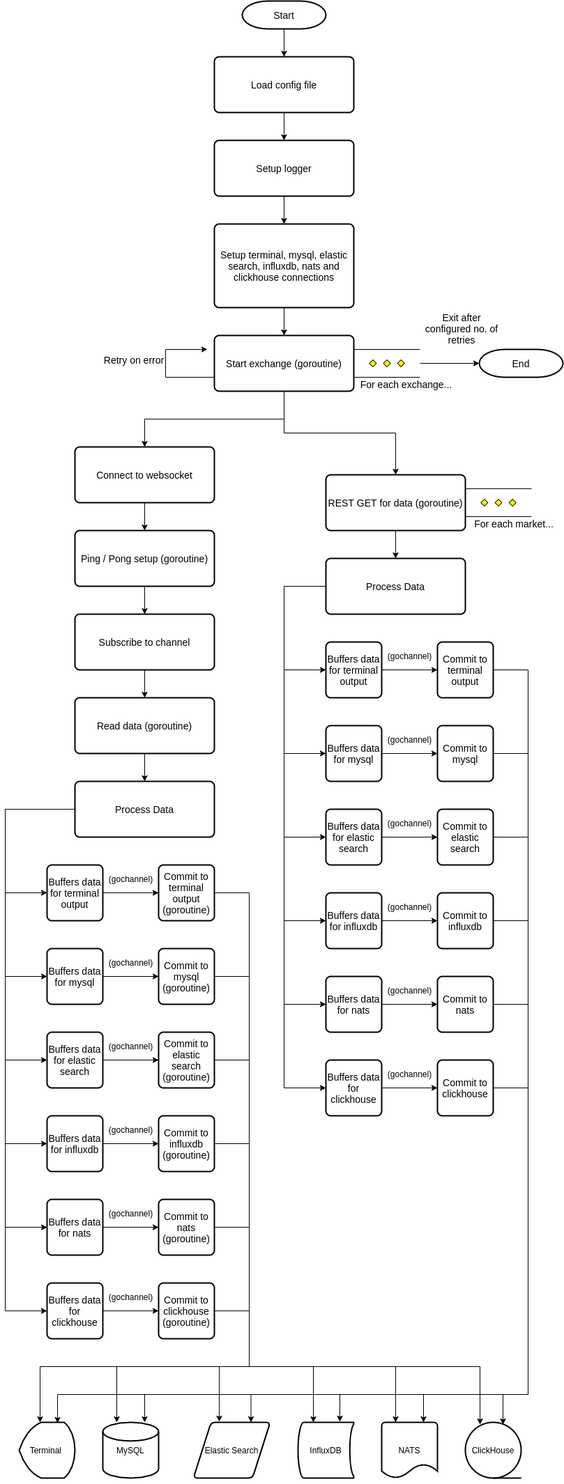
This is docs/architecture.png from ismakov-dh/cryptogalaxy, a draw.io export, as it was before one commit. Source tidied: cells renumbered, new cells last; positions are measured from the earlier drawing's top-left corner, leaving out a move shared by most shapes.
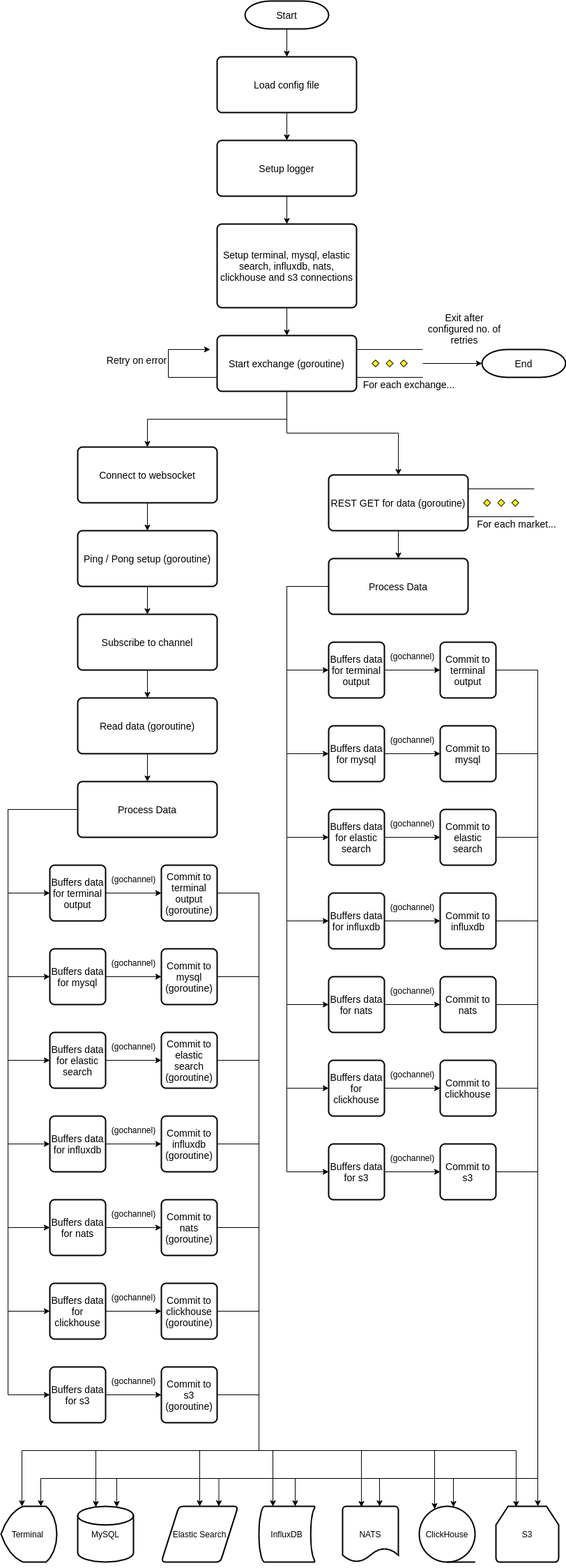
After the change.

What changed in the source:
```diff
@@ -31,3 +31,3 @@
     </mxCell>
-    <mxCell id="10" value="&lt;font style=&quot;font-size: 14px&quot;&gt;Setup terminal, mysql, elastic search, influxdb, nats and clickhouse connections&lt;/font&gt;" style="rounded=1;whiteSpace=wrap;html=1;absoluteArcSize=1;arcSize=14;strokeWidth=2;" parent="1" vertex="1">
+    <mxCell id="10" value="&lt;font style=&quot;font-size: 14px&quot;&gt;Setup terminal, mysql, elastic search, influxdb, nats, clickhouse and s3 connections&lt;/font&gt;" style="rounded=1;whiteSpace=wrap;html=1;absoluteArcSize=1;arcSize=14;strokeWidth=2;" parent="1" vertex="1">
       <mxGeometry x="300" y="320" width="200" height="120" as="geometry" />
@@ -130,2 +130,10 @@
     </mxCell>
+    <mxCell id="114" style="edgeStyle=orthogonalEdgeStyle;rounded=0;jettySize=auto;html=1;entryX=0;entryY=0.5;entryDx=0;entryDy=0;" parent="1" edge="1" source="31" target="118">
+      <mxGeometry relative="1" as="geometry">
+        <Array as="points">
+          <mxPoint y="1160" />
+          <mxPoint y="2000" />
+        </Array>
+      </mxGeometry>
+    </mxCell>
     <mxCell id="31" value="&lt;font style=&quot;font-size: 14px&quot;&gt;Process Data&lt;/font&gt;" style="rounded=1;whiteSpace=wrap;html=1;absoluteArcSize=1;arcSize=14;strokeWidth=2;" parent="1" vertex="1">
@@ -205,2 +213,10 @@
     </mxCell>
+    <mxCell id="115" style="edgeStyle=orthogonalEdgeStyle;rounded=0;jettySize=auto;html=1;entryX=0;entryY=0.5;entryDx=0;entryDy=0;" parent="1" edge="1" source="46" target="123">
+      <mxGeometry relative="1" as="geometry">
+        <Array as="points">
+          <mxPoint x="400" y="840" />
+          <mxPoint x="400" y="1680" />
+        </Array>
+      </mxGeometry>
+    </mxCell>
     <mxCell id="46" value="&lt;font style=&quot;font-size: 14px&quot;&gt;Process Data&lt;/font&gt;" style="rounded=1;whiteSpace=wrap;html=1;absoluteArcSize=1;arcSize=14;strokeWidth=2;" parent="1" vertex="1">
@@ -244,8 +260,8 @@
     </mxCell>
-    <mxCell id="59" style="edgeStyle=orthogonalEdgeStyle;rounded=0;jettySize=auto;html=1;exitX=1;exitY=0.5;exitDx=0;exitDy=0;entryX=0.375;entryY=0;entryDx=0;entryDy=0;entryPerimeter=0;" parent="1" edge="1" source="60" target="71">
+    <mxCell id="59" style="edgeStyle=orthogonalEdgeStyle;rounded=0;jettySize=auto;html=1;entryX=0.375;entryY=0;entryDx=0;entryDy=0;entryPerimeter=0;" parent="1" edge="1" source="60" target="71">
       <mxGeometry relative="1" as="geometry">
         <Array as="points">
-          <mxPoint x="350" y="1280" />
-          <mxPoint x="350" y="1960" />
-          <mxPoint x="50" y="1960" />
+          <mxPoint x="360" y="1280" />
+          <mxPoint x="360" y="2080" />
+          <mxPoint x="20" y="2080" />
         </Array>
@@ -256,8 +272,8 @@
     </mxCell>
-    <mxCell id="61" style="edgeStyle=orthogonalEdgeStyle;rounded=0;jettySize=auto;html=1;entryX=0.25;entryY=0;entryDx=0;entryDy=0;entryPerimeter=0;" parent="1" edge="1" source="62" target="72">
+    <mxCell id="61" style="edgeStyle=orthogonalEdgeStyle;rounded=0;jettySize=auto;html=1;entryX=0.325;entryY=0.013;entryDx=0;entryDy=0;entryPerimeter=0;" parent="1" edge="1" source="62" target="72">
       <mxGeometry relative="1" as="geometry">
         <Array as="points">
-          <mxPoint x="350" y="1400" />
-          <mxPoint x="350" y="1960" />
-          <mxPoint x="160" y="1960" />
+          <mxPoint x="360" y="1400" />
+          <mxPoint x="360" y="2080" />
+          <mxPoint x="126" y="2080" />
         </Array>
@@ -268,8 +284,8 @@
     </mxCell>
-    <mxCell id="63" style="edgeStyle=orthogonalEdgeStyle;rounded=0;jettySize=auto;html=1;entryX=0.336;entryY=-0.012;entryDx=0;entryDy=0;entryPerimeter=0;" parent="1" edge="1" source="64" target="73">
+    <mxCell id="63" style="edgeStyle=orthogonalEdgeStyle;rounded=0;jettySize=auto;html=1;entryX=0.5;entryY=0;entryDx=0;entryDy=0;" parent="1" edge="1" source="64" target="73">
       <mxGeometry relative="1" as="geometry">
         <Array as="points">
-          <mxPoint x="350" y="1520" />
-          <mxPoint x="350" y="1960" />
-          <mxPoint x="307" y="1960" />
+          <mxPoint x="360" y="1520" />
+          <mxPoint x="360" y="2080" />
+          <mxPoint x="275" y="2080" />
         </Array>
@@ -280,8 +296,8 @@
     </mxCell>
-    <mxCell id="65" style="edgeStyle=orthogonalEdgeStyle;rounded=0;jettySize=auto;html=1;entryX=0.688;entryY=0.013;entryDx=0;entryDy=0;entryPerimeter=0;" parent="1" edge="1" source="66" target="71">
+    <mxCell id="65" style="edgeStyle=orthogonalEdgeStyle;rounded=0;jettySize=auto;html=1;entryX=0.713;entryY=0;entryDx=0;entryDy=0;entryPerimeter=0;" parent="1" edge="1" source="66" target="71">
       <mxGeometry relative="1" as="geometry">
         <Array as="points">
-          <mxPoint x="750" y="960" />
-          <mxPoint x="750" y="2000" />
-          <mxPoint x="75" y="2000" />
+          <mxPoint x="760" y="960" />
+          <mxPoint x="760" y="2120" />
+          <mxPoint x="47" y="2120" />
         </Array>
@@ -292,8 +308,8 @@
     </mxCell>
-    <mxCell id="67" style="edgeStyle=orthogonalEdgeStyle;rounded=0;jettySize=auto;html=1;exitX=1;exitY=0.5;exitDx=0;exitDy=0;entryX=0.75;entryY=0;entryDx=0;entryDy=0;entryPerimeter=0;" parent="1" edge="1" source="68" target="72">
+    <mxCell id="67" style="edgeStyle=orthogonalEdgeStyle;rounded=0;jettySize=auto;html=1;entryX=0.7;entryY=0.013;entryDx=0;entryDy=0;entryPerimeter=0;" parent="1" edge="1" source="68" target="72">
       <mxGeometry relative="1" as="geometry">
         <Array as="points">
-          <mxPoint x="750" y="1080" />
-          <mxPoint x="750" y="2000" />
-          <mxPoint x="200" y="2000" />
+          <mxPoint x="760" y="1080" />
+          <mxPoint x="760" y="2120" />
+          <mxPoint x="156" y="2120" />
         </Array>
@@ -304,8 +320,8 @@
     </mxCell>
-    <mxCell id="69" style="edgeStyle=orthogonalEdgeStyle;rounded=0;jettySize=auto;html=1;exitX=1;exitY=0.5;exitDx=0;exitDy=0;entryX=0.75;entryY=0;entryDx=0;entryDy=0;" parent="1" edge="1" source="70" target="73">
+    <mxCell id="69" style="edgeStyle=orthogonalEdgeStyle;rounded=0;jettySize=auto;html=1;entryX=0.75;entryY=0;entryDx=0;entryDy=0;" parent="1" edge="1" source="70" target="73">
       <mxGeometry relative="1" as="geometry">
         <Array as="points">
-          <mxPoint x="750" y="1200" />
-          <mxPoint x="750" y="2000" />
-          <mxPoint x="353" y="2000" />
+          <mxPoint x="760" y="1200" />
+          <mxPoint x="760" y="2120" />
+          <mxPoint x="303" y="2120" />
         </Array>
@@ -317,9 +333,9 @@
     <mxCell id="71" value="Terminal&amp;nbsp;" style="strokeWidth=2;html=1;shape=mxgraph.flowchart.display;whiteSpace=wrap;" parent="1" vertex="1">
-      <mxGeometry x="20" y="2040" width="80" height="80" as="geometry" />
+      <mxGeometry x="-10" y="2160" width="80" height="80" as="geometry" />
     </mxCell>
     <mxCell id="72" value="MySQL" style="strokeWidth=2;html=1;shape=mxgraph.flowchart.database;whiteSpace=wrap;" parent="1" vertex="1">
-      <mxGeometry x="140" y="2040" width="80" height="80" as="geometry" />
+      <mxGeometry x="100" y="2160" width="80" height="80" as="geometry" />
     </mxCell>
     <mxCell id="73" value="Elastic Search" style="shape=parallelogram;html=1;strokeWidth=2;perimeter=parallelogramPerimeter;whiteSpace=wrap;rounded=1;arcSize=12;size=0.23;" parent="1" vertex="1">
-      <mxGeometry x="270" y="2040" width="110" height="80" as="geometry" />
+      <mxGeometry x="220" y="2160" width="110" height="80" as="geometry" />
     </mxCell>
@@ -329,3 +345,3 @@
     <mxCell id="75" value="InfluxDB" style="strokeWidth=2;html=1;shape=mxgraph.flowchart.stored_data;whiteSpace=wrap;" parent="1" vertex="1">
-      <mxGeometry x="420" y="2040" width="80" height="80" as="geometry" />
+      <mxGeometry x="360" y="2160" width="80" height="80" as="geometry" />
     </mxCell>
@@ -337,8 +353,8 @@
     </mxCell>
-    <mxCell id="78" style="edgeStyle=orthogonalEdgeStyle;rounded=0;jettySize=auto;html=1;entryX=0.275;entryY=0;entryDx=0;entryDy=0;entryPerimeter=0;" parent="1" edge="1" source="79" target="75">
+    <mxCell id="78" style="edgeStyle=orthogonalEdgeStyle;rounded=0;jettySize=auto;html=1;entryX=0.25;entryY=0;entryDx=0;entryDy=0;entryPerimeter=0;" parent="1" edge="1" source="79" target="75">
       <mxGeometry relative="1" as="geometry">
         <Array as="points">
-          <mxPoint x="350" y="1640" />
-          <mxPoint x="350" y="1960" />
-          <mxPoint x="442" y="1960" />
+          <mxPoint x="360" y="1640" />
+          <mxPoint x="360" y="2080" />
+          <mxPoint x="380" y="2080" />
         </Array>
@@ -355,8 +371,8 @@
     </mxCell>
-    <mxCell id="82" style="edgeStyle=orthogonalEdgeStyle;rounded=0;jettySize=auto;html=1;entryX=0.75;entryY=-0.012;entryDx=0;entryDy=0;entryPerimeter=0;" parent="1" edge="1" source="83" target="75">
+    <mxCell id="82" style="edgeStyle=orthogonalEdgeStyle;rounded=0;jettySize=auto;html=1;entryX=0.65;entryY=0;entryDx=0;entryDy=0;entryPerimeter=0;" parent="1" edge="1" source="83" target="75">
       <mxGeometry relative="1" as="geometry">
         <Array as="points">
-          <mxPoint x="750" y="1320" />
-          <mxPoint x="750" y="2000" />
-          <mxPoint x="480" y="2000" />
+          <mxPoint x="760" y="1320" />
+          <mxPoint x="760" y="2120" />
+          <mxPoint x="412" y="2120" />
         </Array>
@@ -373,8 +389,8 @@
     </mxCell>
-    <mxCell id="86" style="edgeStyle=orthogonalEdgeStyle;rounded=0;jettySize=auto;html=1;exitX=1;exitY=0.5;exitDx=0;exitDy=0;entryX=0.25;entryY=0;entryDx=0;entryDy=0;entryPerimeter=0;" parent="1" edge="1" source="87" target="92">
+    <mxCell id="86" style="edgeStyle=orthogonalEdgeStyle;rounded=0;jettySize=auto;html=1;entryX=0.338;entryY=0.013;entryDx=0;entryDy=0;entryPerimeter=0;" parent="1" edge="1" source="87" target="92">
       <mxGeometry relative="1" as="geometry">
         <Array as="points">
-          <mxPoint x="350" y="1760" />
-          <mxPoint x="350" y="1960" />
-          <mxPoint x="560" y="1960" />
+          <mxPoint x="360" y="1760" />
+          <mxPoint x="360" y="2080" />
+          <mxPoint x="507" y="2080" />
         </Array>
@@ -391,8 +407,8 @@
     </mxCell>
-    <mxCell id="90" style="edgeStyle=orthogonalEdgeStyle;rounded=0;jettySize=auto;html=1;entryX=0.75;entryY=0;entryDx=0;entryDy=0;entryPerimeter=0;" parent="1" edge="1" source="91" target="92">
+    <mxCell id="90" style="edgeStyle=orthogonalEdgeStyle;rounded=0;jettySize=auto;html=1;entryX=0.663;entryY=0;entryDx=0;entryDy=0;entryPerimeter=0;" parent="1" edge="1" source="91" target="92">
       <mxGeometry relative="1" as="geometry">
         <Array as="points">
-          <mxPoint x="750" y="1440" />
-          <mxPoint x="750" y="2000" />
-          <mxPoint x="600" y="2000" />
+          <mxPoint x="760" y="1440" />
+          <mxPoint x="760" y="2120" />
+          <mxPoint x="533" y="2120" />
         </Array>
@@ -404,3 +420,3 @@
     <mxCell id="92" value="NATS" style="strokeWidth=2;html=1;shape=mxgraph.flowchart.document2;whiteSpace=wrap;size=0.25;" parent="1" vertex="1">
-      <mxGeometry x="540" y="2040" width="80" height="80" as="geometry" />
+      <mxGeometry x="480" y="2160" width="80" height="80" as="geometry" />
     </mxCell>
@@ -437,3 +453,3 @@
     <mxCell id="103" value="ClickHouse" style="strokeWidth=2;html=1;shape=mxgraph.flowchart.sequential_data;whiteSpace=wrap;" parent="1" vertex="1">
-      <mxGeometry x="660" y="2040" width="80" height="80" as="geometry" />
+      <mxGeometry x="590" y="2160" width="80" height="80" as="geometry" />
     </mxCell>
@@ -445,8 +461,8 @@
     </mxCell>
-    <mxCell id="106" style="edgeStyle=orthogonalEdgeStyle;rounded=0;jettySize=auto;html=1;entryX=0.263;entryY=0.038;entryDx=0;entryDy=0;entryPerimeter=0;" parent="1" edge="1" source="107" target="103">
+    <mxCell id="106" style="edgeStyle=orthogonalEdgeStyle;rounded=0;jettySize=auto;html=1;entryX=0.275;entryY=0.05;entryDx=0;entryDy=0;entryPerimeter=0;" parent="1" edge="1" source="107" target="103">
       <mxGeometry relative="1" as="geometry">
         <Array as="points">
-          <mxPoint x="350" y="1880" />
-          <mxPoint x="350" y="1960" />
-          <mxPoint x="681" y="1960" />
+          <mxPoint x="360" y="1880" />
+          <mxPoint x="360" y="2080" />
+          <mxPoint x="612" y="2080" />
         </Array>
@@ -466,8 +482,8 @@
     </mxCell>
-    <mxCell id="111" style="edgeStyle=orthogonalEdgeStyle;rounded=0;jettySize=auto;html=1;entryX=0.675;entryY=0.038;entryDx=0;entryDy=0;entryPerimeter=0;" parent="1" edge="1" source="112" target="103">
+    <mxCell id="111" style="edgeStyle=orthogonalEdgeStyle;rounded=0;jettySize=auto;html=1;entryX=0.613;entryY=0.013;entryDx=0;entryDy=0;entryPerimeter=0;" parent="1" edge="1" source="112" target="103">
       <mxGeometry relative="1" as="geometry">
         <Array as="points">
-          <mxPoint x="750" y="1560" />
-          <mxPoint x="750" y="2000" />
-          <mxPoint x="714" y="2000" />
+          <mxPoint x="760" y="1560" />
+          <mxPoint x="760" y="2120" />
+          <mxPoint x="639" y="2120" />
         </Array>
@@ -481,2 +497,45 @@
     </mxCell>
+    <mxCell id="116" value="S3" style="strokeWidth=2;html=1;shape=mxgraph.flowchart.loop_limit;whiteSpace=wrap;" parent="1" vertex="1">
+      <mxGeometry x="700" y="2160" width="90" height="80" as="geometry" />
+    </mxCell>
+    <mxCell id="117" style="edgeStyle=orthogonalEdgeStyle;rounded=0;jettySize=auto;html=1;" parent="1" edge="1" source="118" target="120">
+      <mxGeometry relative="1" as="geometry" />
+    </mxCell>
+    <mxCell id="118" value="&lt;font style=&quot;font-size: 14px&quot;&gt;Buffers data for s3&lt;/font&gt;" style="rounded=1;whiteSpace=wrap;html=1;absoluteArcSize=1;arcSize=14;strokeWidth=2;" parent="1" vertex="1">
+      <mxGeometry x="60" y="1960" width="80" height="80" as="geometry" />
+    </mxCell>
+    <mxCell id="119" style="edgeStyle=orthogonalEdgeStyle;rounded=0;jettySize=auto;html=1;entryX=0.322;entryY=0.013;entryDx=0;entryDy=0;entryPerimeter=0;" parent="1" edge="1" source="120" target="116">
+      <mxGeometry relative="1" as="geometry">
+        <Array as="points">
+          <mxPoint x="360" y="2000" />
+          <mxPoint x="360" y="2080" />
+          <mxPoint x="729" y="2080" />
+        </Array>
+      </mxGeometry>
+    </mxCell>
+    <mxCell id="120" value="&lt;font style=&quot;font-size: 14px&quot;&gt;Commit to s3 (goroutine)&lt;/font&gt;" style="rounded=1;whiteSpace=wrap;html=1;absoluteArcSize=1;arcSize=14;strokeWidth=2;" parent="1" vertex="1">
+      <mxGeometry x="220" y="1960" width="80" height="80" as="geometry" />
+    </mxCell>
+    <mxCell id="121" value="(gochannel)" style="text;html=1;align=center;verticalAlign=middle;strokeColor=none;" parent="1" vertex="1">
+      <mxGeometry x="140" y="1970" width="80" height="20" as="geometry" />
+    </mxCell>
+    <mxCell id="122" style="edgeStyle=orthogonalEdgeStyle;rounded=0;jettySize=auto;html=1;" parent="1" edge="1" source="123" target="125">
+      <mxGeometry relative="1" as="geometry" />
+    </mxCell>
+    <mxCell id="123" value="&lt;font style=&quot;font-size: 14px&quot;&gt;Buffers data for s3&lt;/font&gt;" style="rounded=1;whiteSpace=wrap;html=1;absoluteArcSize=1;arcSize=14;strokeWidth=2;" parent="1" vertex="1">
+      <mxGeometry x="460" y="1640" width="80" height="80" as="geometry" />
+    </mxCell>
+    <mxCell id="124" style="edgeStyle=orthogonalEdgeStyle;rounded=0;jettySize=auto;html=1;entryX=0.667;entryY=0;entryDx=0;entryDy=0;entryPerimeter=0;" parent="1" edge="1" source="125" target="116">
+      <mxGeometry relative="1" as="geometry">
+        <Array as="points">
+          <mxPoint x="760" y="1680" />
+        </Array>
+      </mxGeometry>
+    </mxCell>
+    <mxCell id="125" value="&lt;font style=&quot;font-size: 14px&quot;&gt;Commit to s3&lt;/font&gt;" style="rounded=1;whiteSpace=wrap;html=1;absoluteArcSize=1;arcSize=14;strokeWidth=2;" parent="1" vertex="1">
+      <mxGeometry x="620" y="1640" width="80" height="80" as="geometry" />
+    </mxCell>
+    <mxCell id="126" value="(gochannel)" style="text;html=1;align=center;verticalAlign=middle;strokeColor=none;" parent="1" vertex="1">
+      <mxGeometry x="540" y="1650" width="80" height="20" as="geometry" />
+    </mxCell>
   </root>
```
